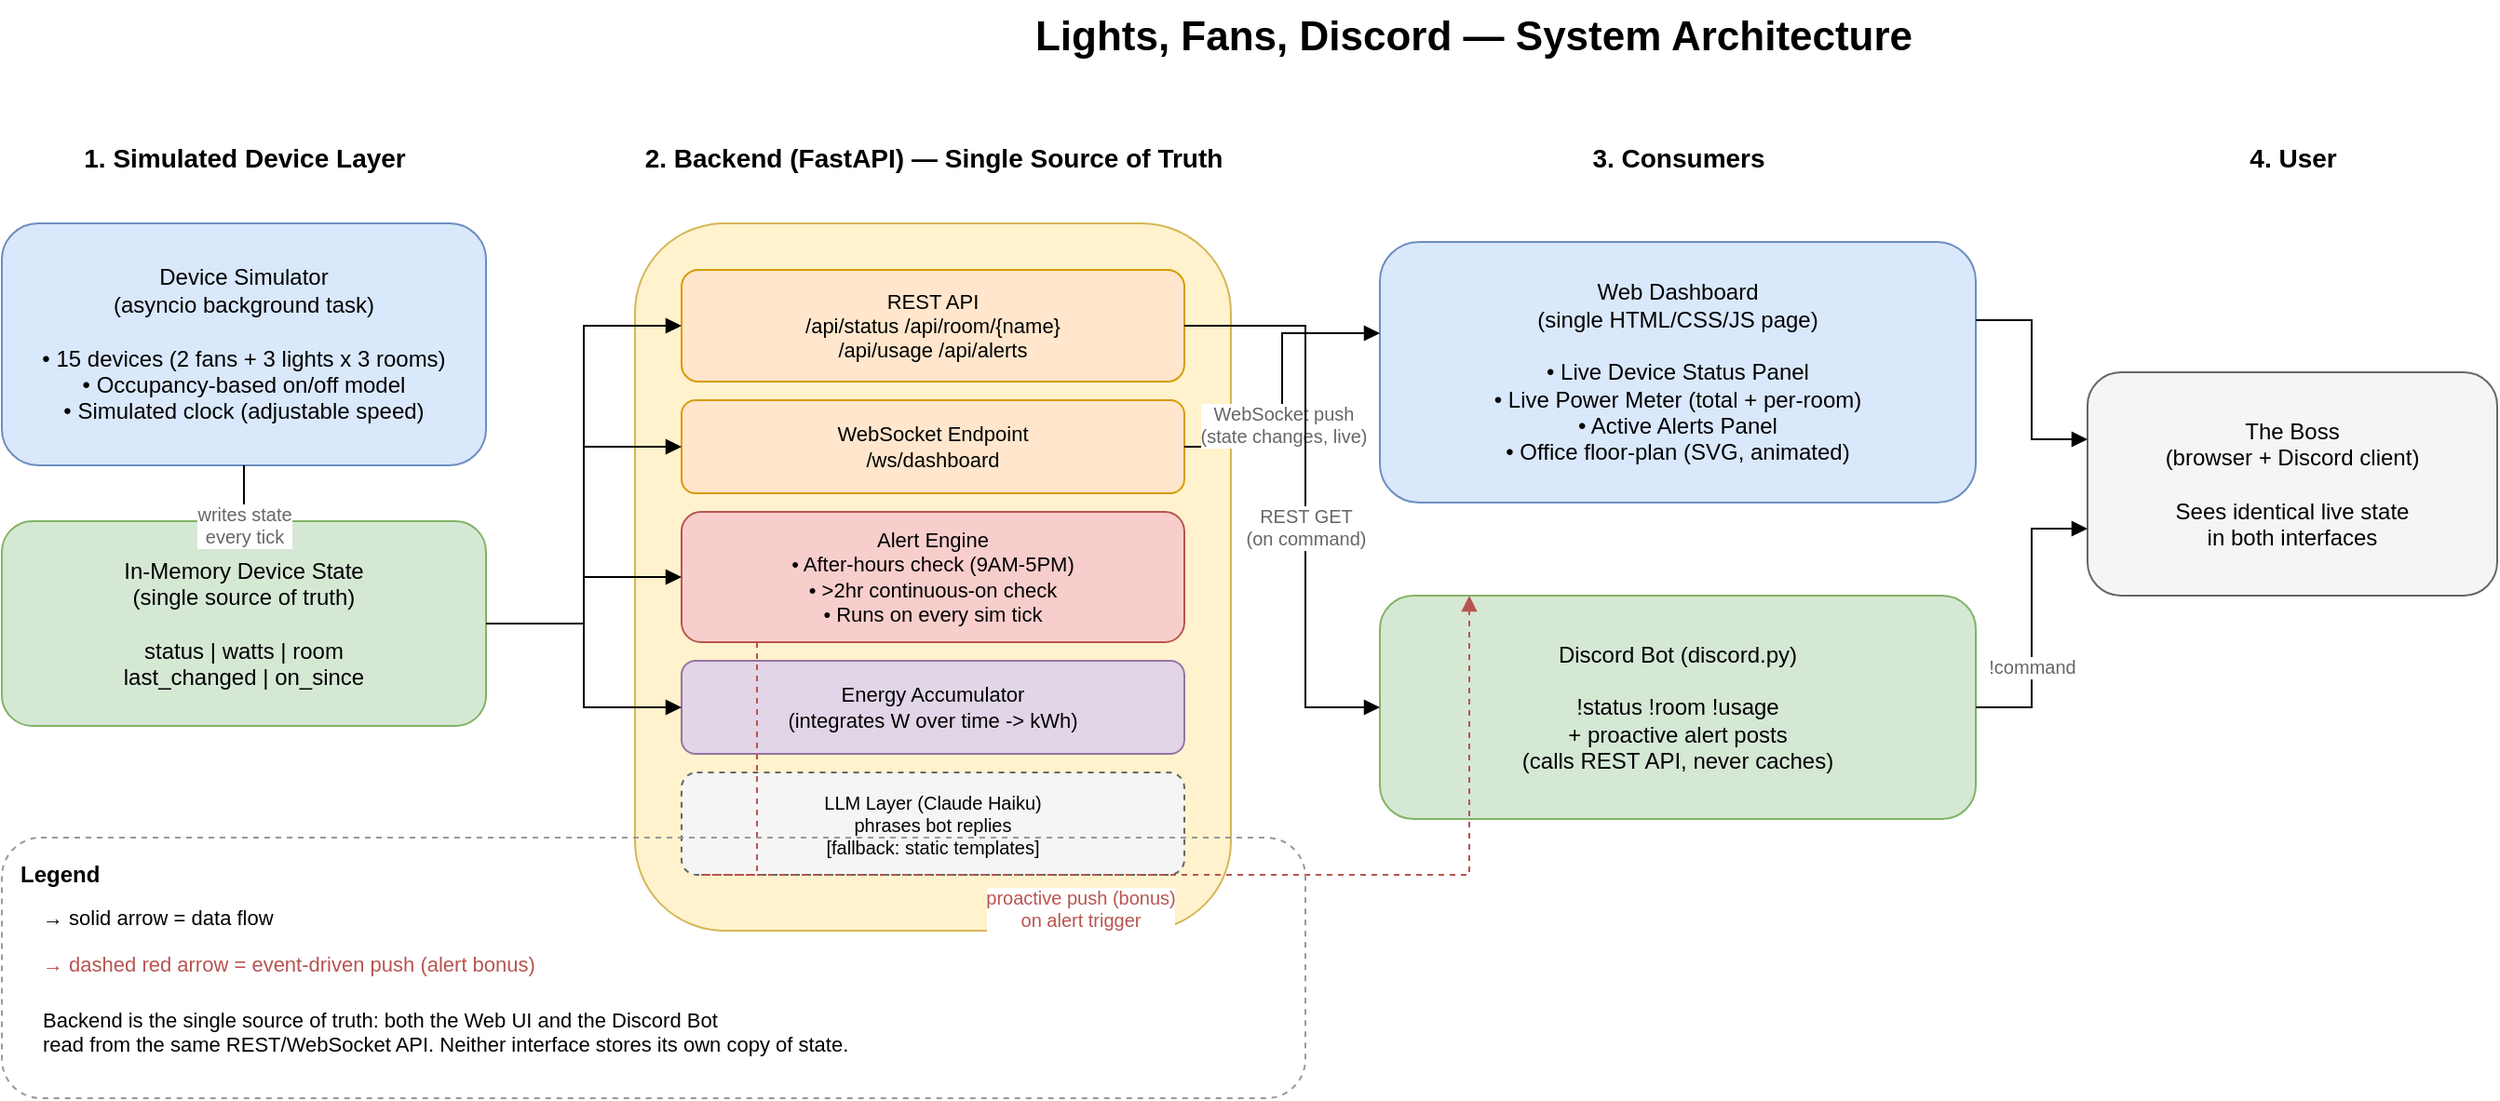
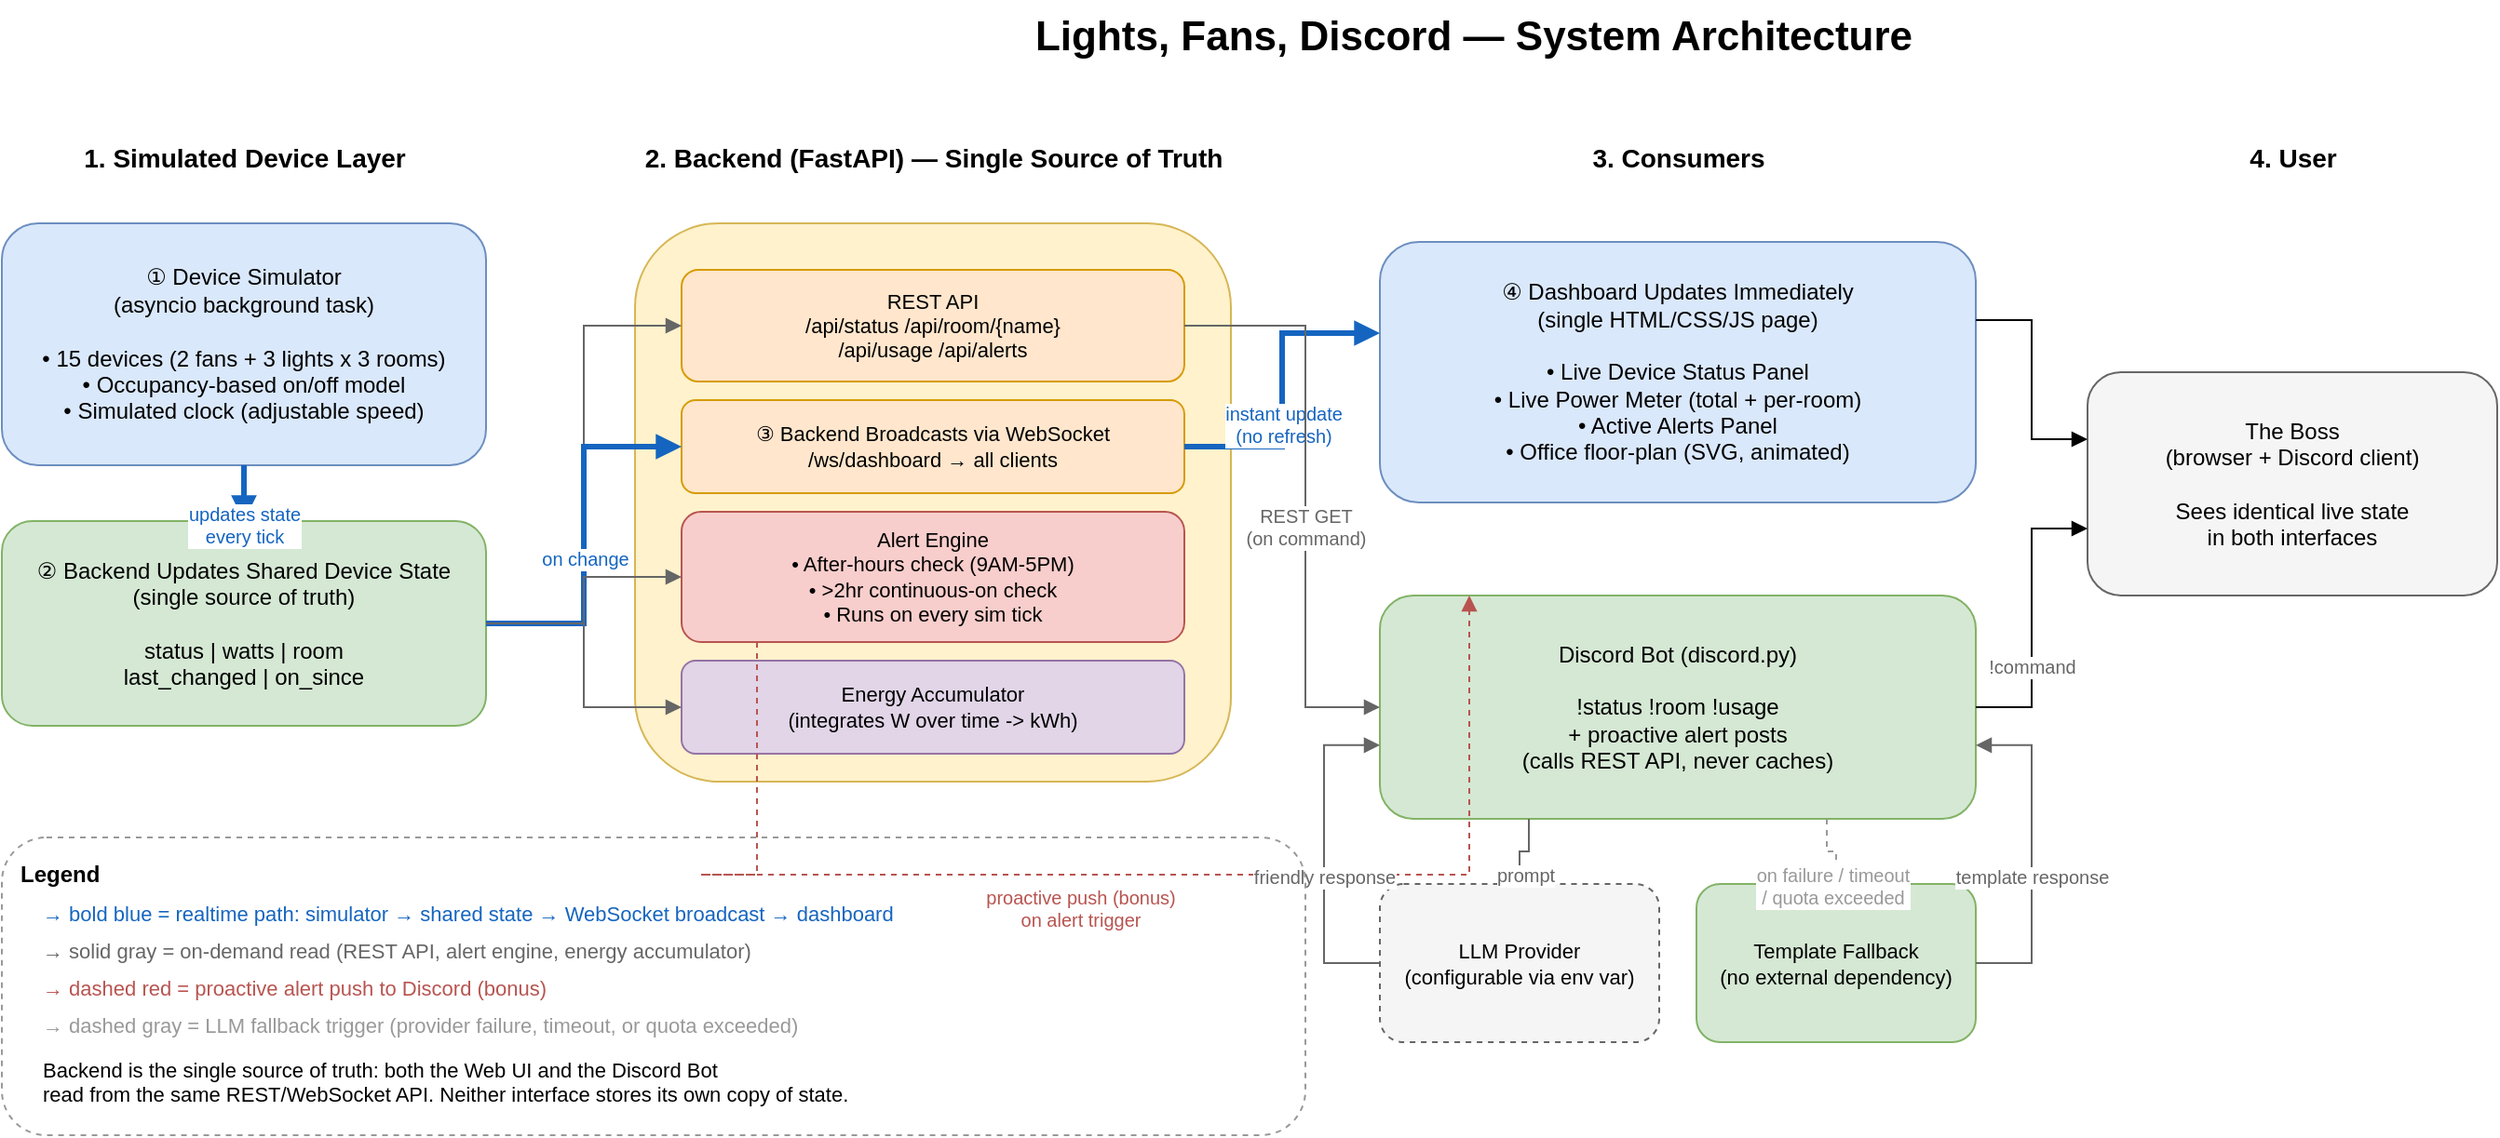
<?xml version="1.0" encoding="UTF-8"?>
<mxfile host="app.diagrams.net" agent="claude" version="24.0.0">
  <diagram id="sysarch" name="System Architecture">
    <mxGraphModel dx="1400" dy="800" grid="1" gridSize="10" guides="1" tooltips="1" connect="1" arrows="1" fold="1" page="1" pageScale="1" pageWidth="1650" pageHeight="950" math="0" shadow="0">
      <root>
        <mxCell id="0" />
        <mxCell id="1" parent="0" />

        <!-- Title -->
        <mxCell id="title" value="Lights, Fans, Discord — System Architecture" style="text;html=1;fontSize=22;fontStyle=1;align=center;verticalAlign=middle;" vertex="1" parent="1">
          <mxGeometry x="480" y="20" width="700" height="40" as="geometry" />
        </mxCell>

        <!-- ================= COLUMN 1: SIMULATED DEVICE LAYER ================= -->
        <mxCell id="col1header" value="1. Simulated Device Layer" style="text;html=1;fontSize=14;fontStyle=1;align=center;" vertex="1" parent="1">
          <mxGeometry x="40" y="90" width="260" height="30" as="geometry" />
        </mxCell>

-         <mxCell id="simulator" value="Device Simulator&#10;(asyncio background task)&#10;&#10;• 15 devices (2 fans + 3 lights x 3 rooms)&#10;• Occupancy-based on/off model&#10;• Simulated clock (adjustable speed)" style="rounded=1;whiteSpace=wrap;html=1;fillColor=#dae8fc;strokeColor=#6c8ebf;fontSize=12;align=center;verticalAlign=middle;" vertex="1" parent="1">
+         <mxCell id="simulator" value="① Device Simulator&#10;(asyncio background task)&#10;&#10;• 15 devices (2 fans + 3 lights x 3 rooms)&#10;• Occupancy-based on/off model&#10;• Simulated clock (adjustable speed)" style="rounded=1;whiteSpace=wrap;html=1;fillColor=#dae8fc;strokeColor=#6c8ebf;fontSize=12;align=center;verticalAlign=middle;" vertex="1" parent="1">
          <mxGeometry x="40" y="140" width="260" height="130" as="geometry" />
        </mxCell>

-         <mxCell id="devicestate" value="In-Memory Device State&#10;(single source of truth)&#10;&#10;status | watts | room&#10;last_changed | on_since" style="rounded=1;whiteSpace=wrap;html=1;fillColor=#d5e8d4;strokeColor=#82b366;fontSize=12;align=center;verticalAlign=middle;" vertex="1" parent="1">
+         <mxCell id="devicestate" value="② Backend Updates Shared Device State&#10;(single source of truth)&#10;&#10;status | watts | room&#10;last_changed | on_since" style="rounded=1;whiteSpace=wrap;html=1;fillColor=#d5e8d4;strokeColor=#82b366;fontSize=12;align=center;verticalAlign=middle;" vertex="1" parent="1">
          <mxGeometry x="40" y="300" width="260" height="110" as="geometry" />
        </mxCell>

-         <mxCell id="e1" style="edgeStyle=orthogonalEdgeStyle;rounded=0;html=1;endArrow=block;elbow=vertical;startArrow=none;" edge="1" parent="1" source="simulator" target="devicestate">
-           <mxGeometry relative="1" as="geometry" />
-         </mxCell>
-         <mxCell id="e1label" value="writes state&#10;every tick" style="edgeLabel;html=1;align=center;fontSize=10;fontColor=#666666;" vertex="1" connectable="0" parent="e1">
+         <mxCell id="e1" style="edgeStyle=orthogonalEdgeStyle;rounded=0;html=1;endArrow=block;elbow=vertical;startArrow=none;strokeColor=#1565C0;strokeWidth=3;" edge="1" parent="1" source="simulator" target="devicestate">
+           <mxGeometry relative="1" as="geometry" />
+         </mxCell>
+         <mxCell id="e1label" value="updates state&#10;every tick" style="edgeLabel;html=1;align=center;fontSize=10;fontColor=#1565C0;" vertex="1" connectable="0" parent="e1">
          <mxGeometry x="-0.1" relative="1" as="geometry"><mxPoint as="offset" /></mxGeometry>
        </mxCell>

        <!-- ================= COLUMN 2: BACKEND ================= -->
        <mxCell id="col2header" value="2. Backend (FastAPI) — Single Source of Truth" style="text;html=1;fontSize=14;fontStyle=1;align=center;" vertex="1" parent="1">
          <mxGeometry x="380" y="90" width="320" height="30" as="geometry" />
        </mxCell>

        <mxCell id="backendbox" value="" style="rounded=1;whiteSpace=wrap;html=1;fillColor=#fff2cc;strokeColor=#d6b656;verticalAlign=top;fontSize=12;" vertex="1" parent="1">
-           <mxGeometry x="380" y="140" width="320" height="380" as="geometry" />
+           <mxGeometry x="380" y="140" width="320" height="300" as="geometry" />
        </mxCell>

        <mxCell id="restapi" value="REST API&#10;/api/status  /api/room/{name}&#10;/api/usage  /api/alerts" style="rounded=1;whiteSpace=wrap;html=1;fillColor=#ffe6cc;strokeColor=#d79b00;fontSize=11;align=center;verticalAlign=middle;" vertex="1" parent="1">
          <mxGeometry x="405" y="165" width="270" height="60" as="geometry" />
        </mxCell>

-         <mxCell id="wsapi" value="WebSocket Endpoint&#10;/ws/dashboard" style="rounded=1;whiteSpace=wrap;html=1;fillColor=#ffe6cc;strokeColor=#d79b00;fontSize=11;align=center;verticalAlign=middle;" vertex="1" parent="1">
+         <mxCell id="wsapi" value="③ Backend Broadcasts via WebSocket&#10;/ws/dashboard → all clients" style="rounded=1;whiteSpace=wrap;html=1;fillColor=#ffe6cc;strokeColor=#d79b00;fontSize=11;align=center;verticalAlign=middle;" vertex="1" parent="1">
          <mxGeometry x="405" y="235" width="270" height="50" as="geometry" />
        </mxCell>

        <mxCell id="alertengine" value="Alert Engine&#10;• After-hours check (9AM-5PM)&#10;• &gt;2hr continuous-on check&#10;• Runs on every sim tick" style="rounded=1;whiteSpace=wrap;html=1;fillColor=#f8cecc;strokeColor=#b85450;fontSize=11;align=center;verticalAlign=middle;" vertex="1" parent="1">
          <mxGeometry x="405" y="295" width="270" height="70" as="geometry" />
        </mxCell>

        <mxCell id="energyacc" value="Energy Accumulator&#10;(integrates W over time -&gt; kWh)" style="rounded=1;whiteSpace=wrap;html=1;fillColor=#e1d5e7;strokeColor=#9673a6;fontSize=11;align=center;verticalAlign=middle;" vertex="1" parent="1">
          <mxGeometry x="405" y="375" width="270" height="50" as="geometry" />
        </mxCell>

-         <mxCell id="llmnote" value="LLM Layer (Claude Haiku)&#10;phrases bot replies&#10;[fallback: static templates]" style="rounded=1;whiteSpace=wrap;html=1;fillColor=#f5f5f5;strokeColor=#666666;dashed=1;fontSize=10;align=center;verticalAlign=middle;" vertex="1" parent="1">
-           <mxGeometry x="405" y="435" width="270" height="55" as="geometry" />
-         </mxCell>
- 
-         <mxCell id="e2" style="edgeStyle=orthogonalEdgeStyle;rounded=0;html=1;endArrow=block;startArrow=none;exitX=1;exitY=0.5;entryX=0;entryY=0.5;" edge="1" parent="1" source="devicestate" target="restapi">
-           <mxGeometry relative="1" as="geometry" />
-         </mxCell>
-         <mxCell id="e2b" style="edgeStyle=orthogonalEdgeStyle;rounded=0;html=1;endArrow=block;startArrow=none;exitX=1;exitY=0.5;entryX=0;entryY=0.5;" edge="1" parent="1" source="devicestate" target="wsapi">
-           <mxGeometry relative="1" as="geometry" />
-         </mxCell>
-         <mxCell id="e2c" style="edgeStyle=orthogonalEdgeStyle;rounded=0;html=1;endArrow=block;startArrow=none;exitX=1;exitY=0.5;entryX=0;entryY=0.5;" edge="1" parent="1" source="devicestate" target="alertengine">
-           <mxGeometry relative="1" as="geometry" />
-         </mxCell>
-         <mxCell id="e2d" style="edgeStyle=orthogonalEdgeStyle;rounded=0;html=1;endArrow=block;startArrow=none;exitX=1;exitY=0.5;entryX=0;entryY=0.5;" edge="1" parent="1" source="devicestate" target="energyacc">
+         <mxCell id="e2" style="edgeStyle=orthogonalEdgeStyle;rounded=0;html=1;endArrow=block;startArrow=none;exitX=1;exitY=0.5;entryX=0;entryY=0.5;strokeColor=#666666;" edge="1" parent="1" source="devicestate" target="restapi">
+           <mxGeometry relative="1" as="geometry" />
+         </mxCell>
+         <mxCell id="e2b" style="edgeStyle=orthogonalEdgeStyle;rounded=0;html=1;endArrow=block;startArrow=none;exitX=1;exitY=0.5;entryX=0;entryY=0.5;strokeColor=#1565C0;strokeWidth=3;" edge="1" parent="1" source="devicestate" target="wsapi">
+           <mxGeometry relative="1" as="geometry" />
+         </mxCell>
+         <mxCell id="e2blabel" value="on change" style="edgeLabel;html=1;align=center;fontSize=10;fontColor=#1565C0;" vertex="1" connectable="0" parent="e2b">
+           <mxGeometry x="0" relative="1" as="geometry"><mxPoint as="offset" /></mxGeometry>
+         </mxCell>
+         <mxCell id="e2c" style="edgeStyle=orthogonalEdgeStyle;rounded=0;html=1;endArrow=block;startArrow=none;exitX=1;exitY=0.5;entryX=0;entryY=0.5;strokeColor=#666666;" edge="1" parent="1" source="devicestate" target="alertengine">
+           <mxGeometry relative="1" as="geometry" />
+         </mxCell>
+         <mxCell id="e2d" style="edgeStyle=orthogonalEdgeStyle;rounded=0;html=1;endArrow=block;startArrow=none;exitX=1;exitY=0.5;entryX=0;entryY=0.5;strokeColor=#666666;" edge="1" parent="1" source="devicestate" target="energyacc">
          <mxGeometry relative="1" as="geometry" />
        </mxCell>

        <!-- ================= COLUMN 3: CONSUMERS ================= -->
        <mxCell id="col3header" value="3. Consumers" style="text;html=1;fontSize=14;fontStyle=1;align=center;" vertex="1" parent="1">
          <mxGeometry x="780" y="90" width="320" height="30" as="geometry" />
        </mxCell>

-         <mxCell id="webui" value="Web Dashboard&#10;(single HTML/CSS/JS page)&#10;&#10;• Live Device Status Panel&#10;• Live Power Meter (total + per-room)&#10;• Active Alerts Panel&#10;• Office floor-plan (SVG, animated)" style="rounded=1;whiteSpace=wrap;html=1;fillColor=#dae8fc;strokeColor=#6c8ebf;fontSize=12;align=center;verticalAlign=middle;" vertex="1" parent="1">
+         <mxCell id="webui" value="④ Dashboard Updates Immediately&#10;(single HTML/CSS/JS page)&#10;&#10;• Live Device Status Panel&#10;• Live Power Meter (total + per-room)&#10;• Active Alerts Panel&#10;• Office floor-plan (SVG, animated)" style="rounded=1;whiteSpace=wrap;html=1;fillColor=#dae8fc;strokeColor=#6c8ebf;fontSize=12;align=center;verticalAlign=middle;" vertex="1" parent="1">
          <mxGeometry x="780" y="150" width="320" height="140" as="geometry" />
        </mxCell>

        <mxCell id="discordbot" value="Discord Bot (discord.py)&#10;&#10;!status   !room &lt;name&gt;   !usage&#10;+ proactive alert posts&#10;(calls REST API, never caches)" style="rounded=1;whiteSpace=wrap;html=1;fillColor=#d5e8d4;strokeColor=#82b366;fontSize=12;align=center;verticalAlign=middle;" vertex="1" parent="1">
          <mxGeometry x="780" y="340" width="320" height="120" as="geometry" />
        </mxCell>

-         <mxCell name="wsedge" id="e3" style="edgeStyle=orthogonalEdgeStyle;rounded=0;html=1;endArrow=block;startArrow=none;exitX=1;exitY=0.5;entryX=0;entryY=0.35;" edge="1" parent="1" source="wsapi" target="webui">
-           <mxGeometry relative="1" as="geometry" />
-         </mxCell>
-         <mxCell id="e3label" value="WebSocket push&#10;(state changes, live)" style="edgeLabel;html=1;align=center;fontSize=10;fontColor=#666666;" vertex="1" connectable="0" parent="e3">
-           <mxGeometry x="0" relative="1" as="geometry"><mxPoint as="offset" /></mxGeometry>
-         </mxCell>
- 
-         <mxCell id="e4" style="edgeStyle=orthogonalEdgeStyle;rounded=0;html=1;endArrow=block;startArrow=none;exitX=1;exitY=0.5;entryX=0;entryY=0.5;" edge="1" parent="1" source="restapi" target="discordbot">
+         <mxCell name="wsedge" id="e3" style="edgeStyle=orthogonalEdgeStyle;rounded=0;html=1;endArrow=block;startArrow=none;exitX=1;exitY=0.5;entryX=0;entryY=0.35;strokeColor=#1565C0;strokeWidth=3;" edge="1" parent="1" source="wsapi" target="webui">
+           <mxGeometry relative="1" as="geometry" />
+         </mxCell>
+         <mxCell id="e3label" value="instant update&#10;(no refresh)" style="edgeLabel;html=1;align=center;fontSize=10;fontColor=#1565C0;" vertex="1" connectable="0" parent="e3">
+           <mxGeometry x="0" relative="1" as="geometry"><mxPoint as="offset" /></mxGeometry>
+         </mxCell>
+ 
+         <mxCell id="e4" style="edgeStyle=orthogonalEdgeStyle;rounded=0;html=1;endArrow=block;startArrow=none;exitX=1;exitY=0.5;entryX=0;entryY=0.5;strokeColor=#666666;" edge="1" parent="1" source="restapi" target="discordbot">
          <mxGeometry relative="1" as="geometry">
            <Array as="points">
              <mxPoint x="740" y="195" />
              <mxPoint x="740" y="400" />
            </Array>
          </mxGeometry>
        </mxCell>
        <mxCell id="e4label" value="REST GET&#10;(on command)" style="edgeLabel;html=1;align=center;fontSize=10;fontColor=#666666;" vertex="1" connectable="0" parent="e4">
          <mxGeometry x="0" relative="1" as="geometry"><mxPoint as="offset" /></mxGeometry>
        </mxCell>

        <mxCell id="e5" style="edgeStyle=orthogonalEdgeStyle;rounded=0;html=1;endArrow=block;startArrow=none;exitX=0.15;exitY=1;entryX=0.15;entryY=0;dashed=1;strokeColor=#b85450;" edge="1" parent="1" source="alertengine" target="discordbot">
          <mxGeometry relative="1" as="geometry">
            <Array as="points">
              <mxPoint x="415" y="490" />
              <mxPoint x="795" y="490" />
            </Array>
          </mxGeometry>
        </mxCell>
        <mxCell id="e5label" value="proactive push (bonus)&#10;on alert trigger" style="edgeLabel;html=1;align=center;fontSize=10;fontColor=#b85450;" vertex="1" connectable="0" parent="e5">
+           <mxGeometry x="0" relative="1" as="geometry"><mxPoint as="offset" /></mxGeometry>
+         </mxCell>
+ 
+         <!-- LLM subsystem: owned by the Discord Bot, not the backend -->
+         <mxCell id="llmprovider" value="LLM Provider&#10;(configurable via env var)" style="rounded=1;whiteSpace=wrap;html=1;fillColor=#f5f5f5;strokeColor=#666666;dashed=1;fontSize=11;align=center;verticalAlign=middle;" vertex="1" parent="1">
+           <mxGeometry x="780" y="495" width="150" height="85" as="geometry" />
+         </mxCell>
+ 
+         <mxCell id="llmfallback" value="Template Fallback&#10;(no external dependency)" style="rounded=1;whiteSpace=wrap;html=1;fillColor=#d5e8d4;strokeColor=#82b366;fontSize=11;align=center;verticalAlign=middle;" vertex="1" parent="1">
+           <mxGeometry x="950" y="495" width="150" height="85" as="geometry" />
+         </mxCell>
+ 
+         <mxCell id="ellmdown1" style="edgeStyle=orthogonalEdgeStyle;rounded=0;html=1;endArrow=block;startArrow=none;exitX=0.25;exitY=1;entryX=0.5;entryY=0;strokeColor=#666666;" edge="1" parent="1" source="discordbot" target="llmprovider">
+           <mxGeometry relative="1" as="geometry" />
+         </mxCell>
+         <mxCell id="ellmdown1label" value="prompt" style="edgeLabel;html=1;align=center;fontSize=10;fontColor=#666666;" vertex="1" connectable="0" parent="ellmdown1">
+           <mxGeometry x="0" relative="1" as="geometry"><mxPoint as="offset" /></mxGeometry>
+         </mxCell>
+ 
+         <mxCell id="ellmret1" style="edgeStyle=orthogonalEdgeStyle;rounded=0;html=1;endArrow=block;startArrow=none;exitX=0;exitY=0.5;entryX=0;entryY=0.67;strokeColor=#666666;" edge="1" parent="1" source="llmprovider" target="discordbot">
+           <mxGeometry relative="1" as="geometry">
+             <Array as="points">
+               <mxPoint x="750" y="537" />
+               <mxPoint x="750" y="420" />
+             </Array>
+           </mxGeometry>
+         </mxCell>
+         <mxCell id="ellmret1label" value="friendly response" style="edgeLabel;html=1;align=center;fontSize=10;fontColor=#666666;" vertex="1" connectable="0" parent="ellmret1">
+           <mxGeometry x="0" relative="1" as="geometry"><mxPoint as="offset" /></mxGeometry>
+         </mxCell>
+ 
+         <mxCell id="ellmdown2" style="edgeStyle=orthogonalEdgeStyle;rounded=0;html=1;endArrow=block;startArrow=none;exitX=0.75;exitY=1;entryX=0.5;entryY=0;dashed=1;strokeColor=#999999;" edge="1" parent="1" source="discordbot" target="llmfallback">
+           <mxGeometry relative="1" as="geometry" />
+         </mxCell>
+         <mxCell id="ellmdown2label" value="on failure / timeout&#10;/ quota exceeded" style="edgeLabel;html=1;align=center;fontSize=10;fontColor=#999999;" vertex="1" connectable="0" parent="ellmdown2">
+           <mxGeometry x="0" relative="1" as="geometry"><mxPoint as="offset" /></mxGeometry>
+         </mxCell>
+ 
+         <mxCell id="ellmret2" style="edgeStyle=orthogonalEdgeStyle;rounded=0;html=1;endArrow=block;startArrow=none;exitX=1;exitY=0.5;entryX=1;entryY=0.67;strokeColor=#666666;" edge="1" parent="1" source="llmfallback" target="discordbot">
+           <mxGeometry relative="1" as="geometry">
+             <Array as="points">
+               <mxPoint x="1130" y="537" />
+               <mxPoint x="1130" y="420" />
+             </Array>
+           </mxGeometry>
+         </mxCell>
+         <mxCell id="ellmret2label" value="template response" style="edgeLabel;html=1;align=center;fontSize=10;fontColor=#666666;" vertex="1" connectable="0" parent="ellmret2">
          <mxGeometry x="0" relative="1" as="geometry"><mxPoint as="offset" /></mxGeometry>
        </mxCell>

        <!-- ================= COLUMN 4: USER ================= -->
        <mxCell id="col4header" value="4. User" style="text;html=1;fontSize=14;fontStyle=1;align=center;" vertex="1" parent="1">
          <mxGeometry x="1160" y="90" width="220" height="30" as="geometry" />
        </mxCell>

        <mxCell id="boss" value="The Boss&#10;(browser + Discord client)&#10;&#10;Sees identical live state&#10;in both interfaces" style="rounded=1;whiteSpace=wrap;html=1;fillColor=#f5f5f5;strokeColor=#666666;fontSize=12;align=center;verticalAlign=middle;" vertex="1" parent="1">
          <mxGeometry x="1160" y="220" width="220" height="120" as="geometry" />
        </mxCell>

        <mxCell id="e6" style="edgeStyle=orthogonalEdgeStyle;rounded=0;html=1;endArrow=block;startArrow=none;exitX=1;exitY=0.3;entryX=0;entryY=0.3;" edge="1" parent="1" source="webui" target="boss">
          <mxGeometry relative="1" as="geometry" />
        </mxCell>
        <mxCell id="e7" style="edgeStyle=orthogonalEdgeStyle;rounded=0;html=1;endArrow=block;startArrow=none;exitX=1;exitY=0.5;entryX=0;entryY=0.7;" edge="1" parent="1" source="discordbot" target="boss">
          <mxGeometry relative="1" as="geometry" />
        </mxCell>
        <mxCell id="e7b" value="!command" style="edgeLabel;html=1;align=center;fontSize=10;fontColor=#666666;" vertex="1" connectable="0" parent="e7">
          <mxGeometry x="-0.3" relative="1" as="geometry"><mxPoint as="offset" y="-10" /></mxGeometry>
        </mxCell>

        <!-- Legend -->
        <mxCell id="legendbox" value="Legend" style="rounded=1;whiteSpace=wrap;html=1;fillColor=none;strokeColor=#999999;verticalAlign=top;fontStyle=1;fontSize=12;align=left;spacingLeft=8;spacingTop=6;dashed=1;" vertex="1" parent="1">
-           <mxGeometry x="40" y="470" width="700" height="140" as="geometry" />
-         </mxCell>
-         <mxCell id="leg1" value="&#8594; solid arrow = data flow" style="text;html=1;fontSize=11;align=left;" vertex="1" parent="1">
-           <mxGeometry x="60" y="500" width="300" height="20" as="geometry" />
-         </mxCell>
-         <mxCell id="leg2" value="&#8594; dashed red arrow = event-driven push (alert bonus)" style="text;html=1;fontSize=11;align=left;fontColor=#b85450;" vertex="1" parent="1">
-           <mxGeometry x="60" y="525" width="380" height="20" as="geometry" />
-         </mxCell>
-         <mxCell id="leg3" value="Backend is the single source of truth: both the Web UI and the Discord Bot&#10;read from the same REST/WebSocket API. Neither interface stores its own copy of state." style="text;html=1;fontSize=11;align=left;" vertex="1" parent="1">
-           <mxGeometry x="60" y="555" width="620" height="40" as="geometry" />
+           <mxGeometry x="40" y="470" width="700" height="160" as="geometry" />
+         </mxCell>
+         <mxCell id="leg1" value="&#8594; bold blue = realtime path: simulator &#8594; shared state &#8594; WebSocket broadcast &#8594; dashboard" style="text;html=1;fontSize=11;align=left;fontColor=#1565C0;" vertex="1" parent="1">
+           <mxGeometry x="60" y="498" width="650" height="18" as="geometry" />
+         </mxCell>
+         <mxCell id="leg2" value="&#8594; solid gray = on-demand read (REST API, alert engine, energy accumulator)" style="text;html=1;fontSize=11;align=left;fontColor=#666666;" vertex="1" parent="1">
+           <mxGeometry x="60" y="518" width="650" height="18" as="geometry" />
+         </mxCell>
+         <mxCell id="leg3" value="&#8594; dashed red = proactive alert push to Discord (bonus)" style="text;html=1;fontSize=11;align=left;fontColor=#b85450;" vertex="1" parent="1">
+           <mxGeometry x="60" y="538" width="650" height="18" as="geometry" />
+         </mxCell>
+         <mxCell id="leg4" value="&#8594; dashed gray = LLM fallback trigger (provider failure, timeout, or quota exceeded)" style="text;html=1;fontSize=11;align=left;fontColor=#999999;" vertex="1" parent="1">
+           <mxGeometry x="60" y="558" width="650" height="18" as="geometry" />
+         </mxCell>
+         <mxCell id="leg5" value="Backend is the single source of truth: both the Web UI and the Discord Bot&#10;read from the same REST/WebSocket API. Neither interface stores its own copy of state." style="text;html=1;fontSize=11;align=left;" vertex="1" parent="1">
+           <mxGeometry x="60" y="582" width="650" height="40" as="geometry" />
        </mxCell>

      </root>
    </mxGraphModel>
  </diagram>
</mxfile>
